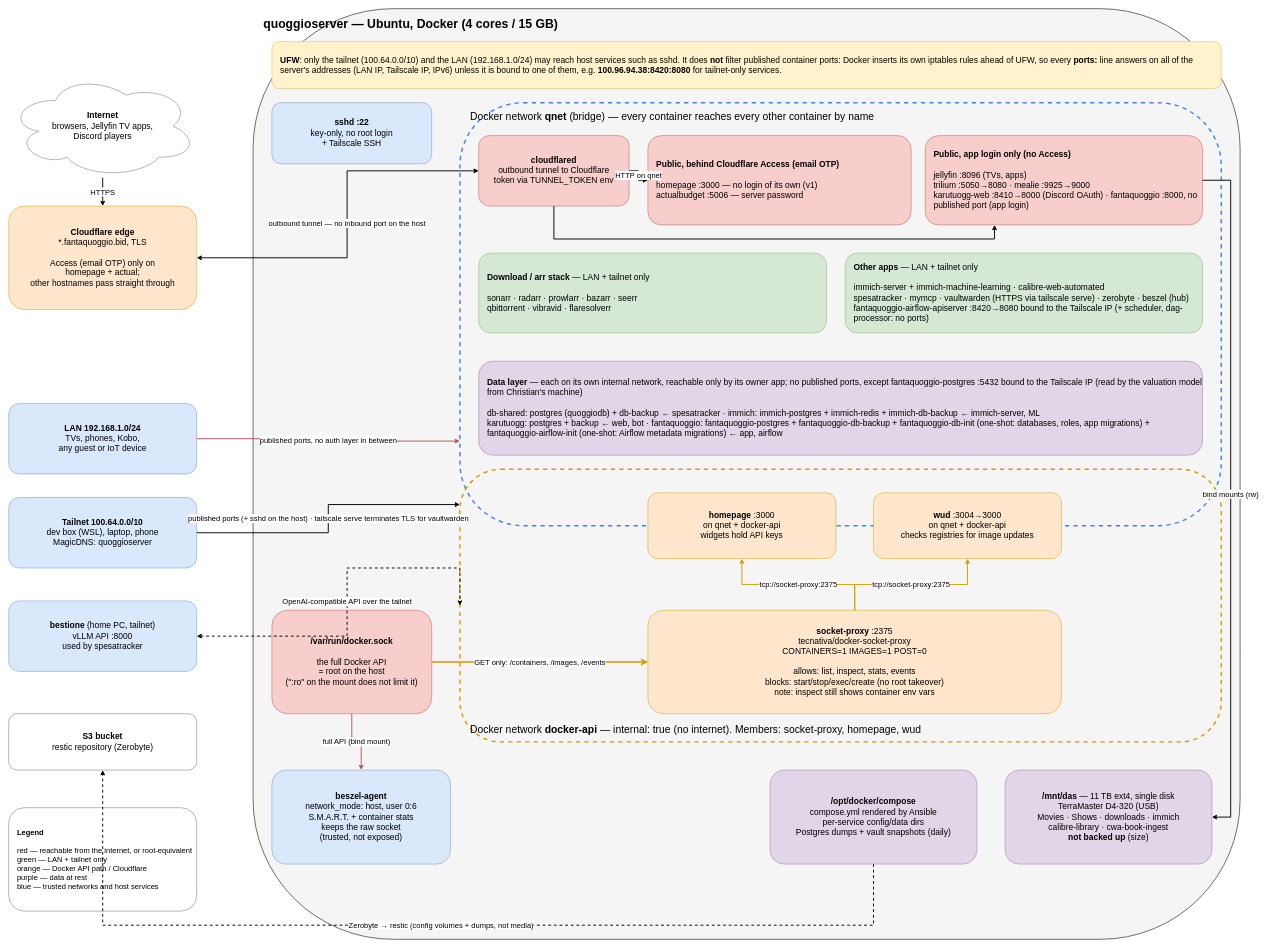
Earlier version of the draw.io diagram docs/architecture.drawio (chquaggio/homeserver). Source tidied: cells renumbered, new cells numbered last; positions are measured from the earlier drawing's top-left corner, leaving out a move shared by most shapes. Both pictures are drawn from the tidied source at 47%, with x=0, y=0 at pixel (8, 8).
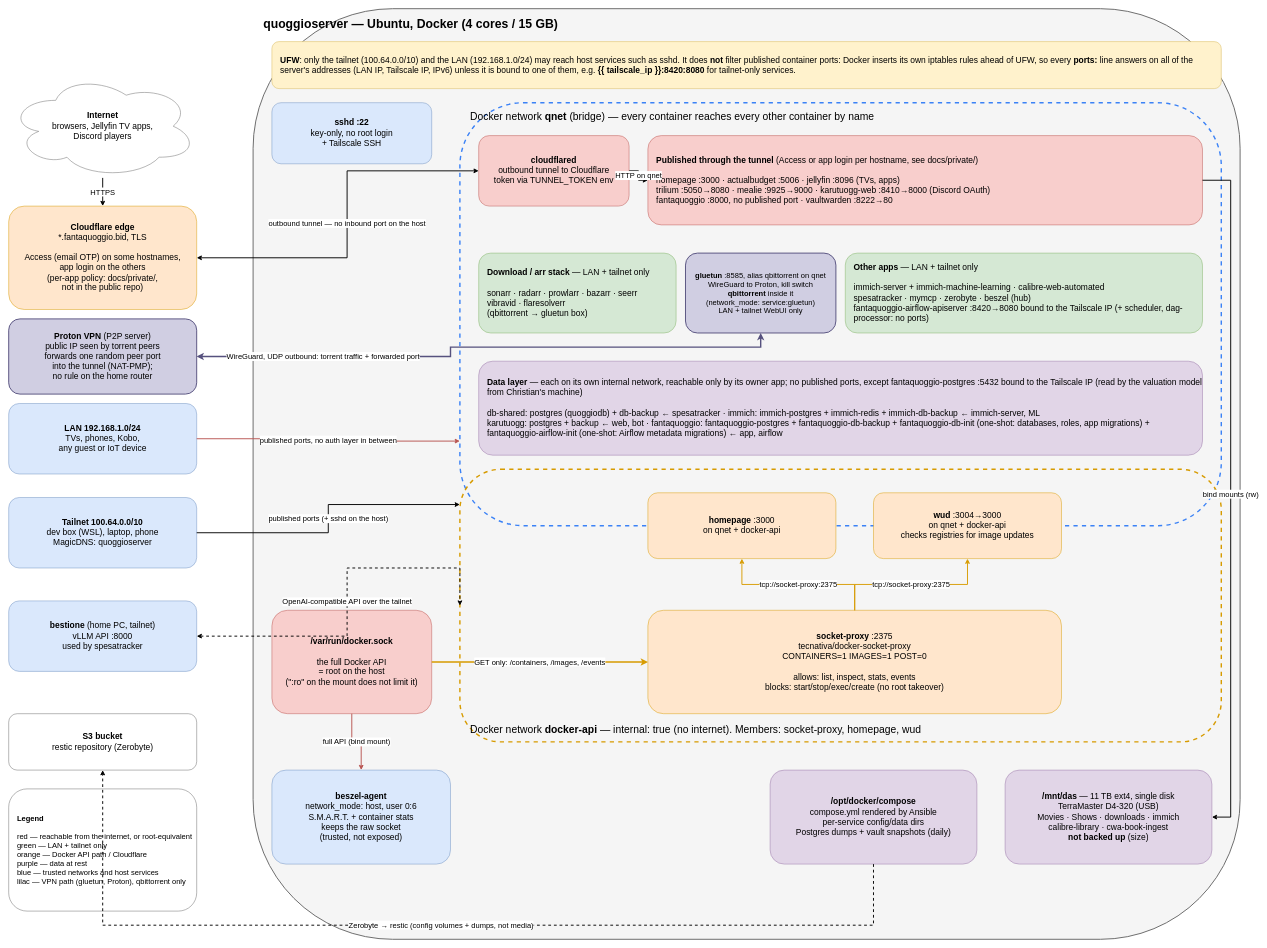
Above is the later version.

The change refers to these unchanged cells:
```xml
<mxCell id="5" value="Docker network &lt;b&gt;qnet&lt;/b&gt; (bridge) — every container reaches every other container by name" style="rounded=1;whiteSpace=wrap;html=1;fillColor=none;strokeColor=#3b82f6;strokeWidth=3;dashed=1;fontSize=22;verticalAlign=top;align=left;spacingLeft=20;spacingTop=10;" parent="1" vertex="1">
  <mxGeometry x="960" y="200" width="1620" height="900" as="geometry" />
</mxCell>
<mxCell id="7" value="&lt;b&gt;cloudflared&lt;/b&gt;&lt;br&gt;outbound tunnel to Cloudflare&lt;br&gt;token via TUNNEL_TOKEN env" style="rounded=1;whiteSpace=wrap;html=1;fillColor=#f8cecc;strokeColor=#b85450;fontSize=18;" parent="1" vertex="1">
  <mxGeometry x="1000" y="270" width="320" height="150" as="geometry" />
</mxCell>
<mxCell id="23" value="&lt;b&gt;Tailnet 100.64.0.0/10&lt;/b&gt;&lt;br&gt;dev box (WSL), laptop, phone&lt;br&gt;MagicDNS: quoggioserver" style="rounded=1;whiteSpace=wrap;html=1;fillColor=#dae8fc;strokeColor=#6c8ebf;fontSize=18;" parent="1" vertex="1">
  <mxGeometry y="1040" width="400" height="150" as="geometry" />
</mxCell>
```

Diff of the diagram source:
```diff
@@
-    <mxCell id="3" value="&lt;b&gt;UFW&lt;/b&gt;: only the tailnet (100.64.0.0/10) and the LAN (192.168.1.0/24) may reach host services such as sshd. It does &lt;b&gt;not&lt;/b&gt; filter published container ports: Docker inserts its own iptables rules ahead of UFW, so every &lt;b&gt;ports:&lt;/b&gt; line answers on all of the server's addresses (LAN IP, Tailscale IP, IPv6) unless it is bound to one of them, e.g. &lt;b&gt;100.96.94.38:8420:8080&lt;/b&gt; for tailnet-only services." style="rounded=1;whiteSpace=wrap;html=1;fillColor=#fff2cc;strokeColor=#d6b656;fontSize=18;align=left;spacingLeft=16;spacingRight=16;" parent="1" vertex="1">
+    <mxCell id="3" value="&lt;b&gt;UFW&lt;/b&gt;: only the tailnet (100.64.0.0/10) and the LAN (192.168.1.0/24) may reach host services such as sshd. It does &lt;b&gt;not&lt;/b&gt; filter published container ports: Docker inserts its own iptables rules ahead of UFW, so every &lt;b&gt;ports:&lt;/b&gt; line answers on all of the server's addresses (LAN IP, Tailscale IP, IPv6) unless it is bound to one of them, e.g. &lt;b&gt;{{ tailscale_ip }}:8420:8080&lt;/b&gt; for tailnet-only services." style="rounded=1;whiteSpace=wrap;html=1;fillColor=#fff2cc;strokeColor=#d6b656;fontSize=18;align=left;spacingLeft=16;spacingRight=16;" parent="1" vertex="1">
       <mxGeometry x="560" y="70" width="2020" height="100" as="geometry" />
     </mxCell>
@@
-    <mxCell id="8" value="&lt;b&gt;Public, behind Cloudflare Access (email OTP)&lt;/b&gt;&lt;br&gt;&lt;br&gt;homepage :3000 — no login of its own (v1)&lt;br&gt;actualbudget :5006 — server password" style="rounded=1;whiteSpace=wrap;html=1;fillColor=#f8cecc;strokeColor=#b85450;fontSize=18;align=left;spacingLeft=16;" parent="1" vertex="1">
-      <mxGeometry x="1360" y="270" width="560" height="190" as="geometry" />
-    </mxCell>
-    <mxCell id="9" value="&lt;b&gt;Public, app login only (no Access)&lt;/b&gt;&lt;br&gt;&lt;br&gt;jellyfin :8096 (TVs, apps)&lt;br&gt;trilium :5050→8080 · mealie :9925→9000&lt;br&gt;karutuogg-web :8410→8000 (Discord OAuth) · fantaquoggio :8000, no published port (app login)" style="rounded=1;whiteSpace=wrap;html=1;fillColor=#f8cecc;strokeColor=#b85450;fontSize=18;align=left;spacingLeft=16;" parent="1" vertex="1">
-      <mxGeometry x="1950" y="270" width="590" height="190" as="geometry" />
+    <mxCell id="9" value="&lt;b&gt;Published through the tunnel&lt;/b&gt; (Access or app login per hostname, see docs/private/)&lt;br&gt;&lt;br&gt;homepage :3000 · actualbudget :5006 · jellyfin :8096 (TVs, apps)&lt;br&gt;trilium :5050→8080 · mealie :9925→9000 · karutuogg-web :8410→8000 (Discord OAuth)&lt;br&gt;fantaquoggio :8000, no published port · vaultwarden :8222→80" style="rounded=1;whiteSpace=wrap;html=1;fillColor=#f8cecc;strokeColor=#b85450;fontSize=18;align=left;spacingLeft=16;" parent="1" vertex="1">
+      <mxGeometry x="1360" y="270" width="1180" height="190" as="geometry" />
     </mxCell>
-    <mxCell id="10" value="&lt;b&gt;Download / arr stack&lt;/b&gt; — LAN + tailnet only&lt;br&gt;&lt;br&gt;sonarr · radarr · prowlarr · bazarr · seerr&lt;br&gt;qbittorrent · vibravid · flaresolverr" style="rounded=1;whiteSpace=wrap;html=1;fillColor=#d5e8d4;strokeColor=#82b366;fontSize=18;align=left;spacingLeft=16;" parent="1" vertex="1">
-      <mxGeometry x="1000" y="520" width="740" height="170" as="geometry" />
+    <mxCell id="10" value="&lt;b&gt;Download / arr stack&lt;/b&gt; — LAN + tailnet only&lt;br&gt;&lt;br&gt;sonarr · radarr · prowlarr · bazarr · seerr&lt;br&gt;vibravid · flaresolverr&lt;br&gt;(qbittorrent → gluetun box)" style="rounded=1;whiteSpace=wrap;html=1;fillColor=#d5e8d4;strokeColor=#82b366;fontSize=18;align=left;spacingLeft=16;" parent="1" vertex="1">
+      <mxGeometry x="1000" y="520" width="420" height="170" as="geometry" />
     </mxCell>
+    <mxCell id="40" value="&lt;b&gt;gluetun&lt;/b&gt; :8585, alias qbittorrent on qnet&lt;br&gt;WireGuard to Proton, kill switch&lt;br&gt;&lt;b&gt;qbittorrent&lt;/b&gt; inside it&lt;br&gt;(network_mode: service:gluetun)&lt;br&gt;LAN + tailnet WebUI only" style="rounded=1;whiteSpace=wrap;html=1;fillColor=#d0cee2;strokeColor=#56517e;strokeWidth=2;fontSize=16;" parent="1" vertex="1">
+      <mxGeometry x="1440" y="520" width="320" height="170" as="geometry" />
+    </mxCell>
-    <mxCell id="11" value="&lt;b&gt;Other apps&lt;/b&gt; — LAN + tailnet only&lt;br&gt;&lt;br&gt;immich-server + immich-machine-learning · calibre-web-automated&lt;br&gt;spesatracker · mymcp · vaultwarden (HTTPS via tailscale serve) · zerobyte · beszel (hub)&lt;br&gt;fantaquoggio-airflow-apiserver :8420→8080 bound to the Tailscale IP (+ scheduler, dag-processor: no ports)" style="rounded=1;whiteSpace=wrap;html=1;fillColor=#d5e8d4;strokeColor=#82b366;fontSize=18;align=left;spacingLeft=16;" parent="1" vertex="1">
+    <mxCell id="11" value="&lt;b&gt;Other apps&lt;/b&gt; — LAN + tailnet only&lt;br&gt;&lt;br&gt;immich-server + immich-machine-learning · calibre-web-automated&lt;br&gt;spesatracker · mymcp · zerobyte · beszel (hub)&lt;br&gt;fantaquoggio-airflow-apiserver :8420→8080 bound to the Tailscale IP (+ scheduler, dag-processor: no ports)" style="rounded=1;whiteSpace=wrap;html=1;fillColor=#d5e8d4;strokeColor=#82b366;fontSize=18;align=left;spacingLeft=16;" parent="1" vertex="1">
       <mxGeometry x="1780" y="520" width="760" height="170" as="geometry" />
     </mxCell>
@@
-    <mxCell id="13" value="&lt;b&gt;homepage&lt;/b&gt; :3000&lt;br&gt;on qnet + docker-api&lt;br&gt;widgets hold API keys" style="rounded=1;whiteSpace=wrap;html=1;fillColor=#ffe6cc;strokeColor=#d79b00;fontSize=18;" parent="1" vertex="1">
+    <mxCell id="13" value="&lt;b&gt;homepage&lt;/b&gt; :3000&lt;br&gt;on qnet + docker-api" style="rounded=1;whiteSpace=wrap;html=1;fillColor=#ffe6cc;strokeColor=#d79b00;fontSize=18;" parent="1" vertex="1">
       <mxGeometry x="1360" y="1030" width="400" height="140" as="geometry" />
     </mxCell>
@@
-    <mxCell id="15" value="&lt;b&gt;socket-proxy&lt;/b&gt; :2375&lt;br&gt;tecnativa/docker-socket-proxy&lt;br&gt;CONTAINERS=1 IMAGES=1 POST=0&lt;br&gt;&lt;br&gt;allows: list, inspect, stats, events&lt;br&gt;blocks: start/stop/exec/create (no root takeover)&lt;br&gt;note: inspect still shows container env vars" style="rounded=1;whiteSpace=wrap;html=1;fillColor=#ffe6cc;strokeColor=#d79b00;fontSize=18;" parent="1" vertex="1">
+    <mxCell id="15" value="&lt;b&gt;socket-proxy&lt;/b&gt; :2375&lt;br&gt;tecnativa/docker-socket-proxy&lt;br&gt;CONTAINERS=1 IMAGES=1 POST=0&lt;br&gt;&lt;br&gt;allows: list, inspect, stats, events&lt;br&gt;blocks: start/stop/exec/create (no root takeover)" style="rounded=1;whiteSpace=wrap;html=1;fillColor=#ffe6cc;strokeColor=#d79b00;fontSize=18;" parent="1" vertex="1">
       <mxGeometry x="1360" y="1280" width="880" height="220" as="geometry" />
     </mxCell>
@@
-    <mxCell id="21" value="&lt;b&gt;Cloudflare edge&lt;/b&gt;&lt;br&gt;*.fantaquoggio.bid, TLS&lt;br&gt;&lt;br&gt;Access (email OTP) only on&lt;br&gt;homepage + actual;&lt;br&gt;other hostnames pass straight through" style="rounded=1;whiteSpace=wrap;html=1;fillColor=#ffe6cc;strokeColor=#d79b00;fontSize=18;" parent="1" vertex="1">
+    <mxCell id="21" value="&lt;b&gt;Cloudflare edge&lt;/b&gt;&lt;br&gt;*.fantaquoggio.bid, TLS&lt;br&gt;&lt;br&gt;Access (email OTP) on some hostnames,&lt;br&gt;app login on the others&lt;br&gt;(per-app policy: docs/private/,&lt;br&gt;not in the public repo)" style="rounded=1;whiteSpace=wrap;html=1;fillColor=#ffe6cc;strokeColor=#d79b00;fontSize=18;" parent="1" vertex="1">
       <mxGeometry y="420" width="400" height="220" as="geometry" />
     </mxCell>
+    <mxCell id="41" value="&lt;b&gt;Proton VPN&lt;/b&gt; (P2P server)&lt;br&gt;public IP seen by torrent peers&lt;br&gt;forwards one random peer port&lt;br&gt;into the tunnel (NAT-PMP);&lt;br&gt;no rule on the home router" style="rounded=1;whiteSpace=wrap;html=1;fillColor=#d0cee2;strokeColor=#56517e;strokeWidth=2;fontSize=18;" parent="1" vertex="1">
+      <mxGeometry y="660" width="400" height="160" as="geometry" />
+    </mxCell>
@@
-    <mxCell id="26" value="&lt;b&gt;Legend&lt;/b&gt;&lt;br&gt;&lt;br&gt;red — reachable from the internet, or root-equivalent&lt;br&gt;green — LAN + tailnet only&lt;br&gt;orange — Docker API path / Cloudflare&lt;br&gt;purple — data at rest&lt;br&gt;blue — trusted networks and host services" style="rounded=1;whiteSpace=wrap;html=1;fillColor=#ffffff;strokeColor=#666666;fontSize=16;align=left;spacingLeft=16;" parent="1" vertex="1">
-      <mxGeometry y="1700" width="400" height="220" as="geometry" />
+    <mxCell id="26" value="&lt;b&gt;Legend&lt;/b&gt;&lt;br&gt;&lt;br&gt;red — reachable from the internet, or root-equivalent&lt;br&gt;green — LAN + tailnet only&lt;br&gt;orange — Docker API path / Cloudflare&lt;br&gt;purple — data at rest&lt;br&gt;blue — trusted networks and host services&lt;br&gt;lilac — VPN path (gluetun, Proton), qbittorrent only" style="rounded=1;whiteSpace=wrap;html=1;fillColor=#ffffff;strokeColor=#666666;fontSize=16;align=left;spacingLeft=16;" parent="1" vertex="1">
+      <mxGeometry y="1660" width="400" height="260" as="geometry" />
     </mxCell>
@@
-    <mxCell id="29" value="HTTP on qnet" style="edgeStyle=orthogonalEdgeStyle;rounded=0;html=1;fontSize=16;strokeWidth=2;endArrow=classic;" parent="1" edge="1" source="7" target="8">
-      <mxGeometry relative="1" as="geometry" />
-    </mxCell>
+    <mxCell id="42" value="WireGuard, UDP outbound: torrent traffic + forwarded port" style="edgeStyle=orthogonalEdgeStyle;rounded=0;html=1;fontSize=16;strokeWidth=3;endArrow=classic;startArrow=classic;strokeColor=#56517e;exitX=0.5;exitY=1;exitDx=0;exitDy=0;entryX=1;entryY=0.5;entryDx=0;entryDy=0;" parent="1" edge="1" source="40" target="41">
+      <mxGeometry x="0.57" relative="1" as="geometry">
+        <Array as="points">
+          <mxPoint x="1600" y="720" />
+          <mxPoint x="940" y="720" />
+          <mxPoint x="940" y="740" />
+        </Array>
+      </mxGeometry>
+    </mxCell>
-    <mxCell id="30" style="edgeStyle=orthogonalEdgeStyle;rounded=0;html=1;fontSize=16;strokeWidth=2;endArrow=classic;exitX=0.5;exitY=1;exitDx=0;exitDy=0;entryX=0.25;entryY=1;entryDx=0;entryDy=0;" parent="1" edge="1" source="7" target="9">
-      <mxGeometry relative="1" as="geometry">
-        <Array as="points">
-          <mxPoint x="1160" y="490" />
-          <mxPoint x="2097" y="490" />
-        </Array>
-      </mxGeometry>
+    <mxCell id="30" value="HTTP on qnet" style="edgeStyle=orthogonalEdgeStyle;rounded=0;html=1;fontSize=16;strokeWidth=2;endArrow=classic;" parent="1" edge="1" source="7" target="9">
+      <mxGeometry relative="1" as="geometry" />
     </mxCell>
@@
-    <mxCell id="32" value="published ports (+ sshd on the host) · tailscale serve terminates TLS for vaultwarden" style="edgeStyle=orthogonalEdgeStyle;rounded=0;html=1;fontSize=16;strokeWidth=2;endArrow=classic;entryX=0;entryY=0.95;entryDx=0;entryDy=0;" parent="1" edge="1" source="23" target="5">
+    <mxCell id="32" value="published ports (+ sshd on the host)" style="edgeStyle=orthogonalEdgeStyle;rounded=0;html=1;fontSize=16;strokeWidth=2;endArrow=classic;entryX=0;entryY=0.95;entryDx=0;entryDy=0;" parent="1" edge="1" source="23" target="5">
       <mxGeometry relative="1" as="geometry" />
     </mxCell>
```
